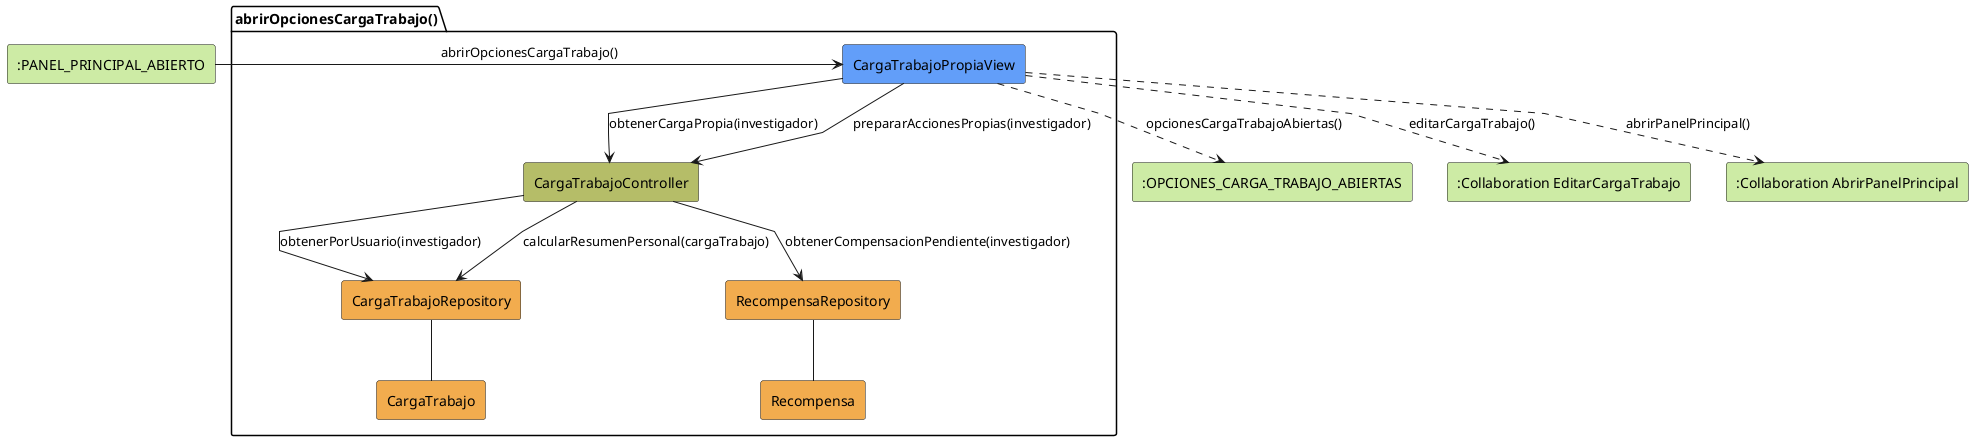
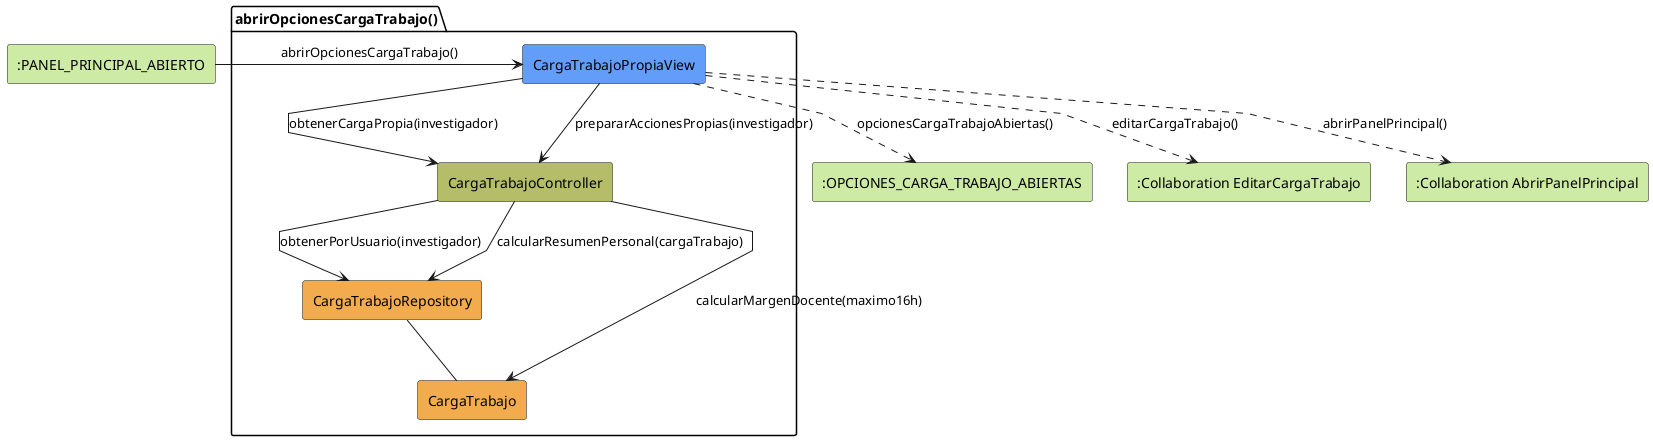
@startuml abrirOpcionesCargaTrabajo-analisis
skinparam linetype polyline

rectangle #CDEBA5 ":PANEL_PRINCIPAL_ABIERTO" as EstadoEntrada
package abrirOpcionesCargaTrabajo as "abrirOpcionesCargaTrabajo()" {
    rectangle #629EF9 CargaTrabajoPropiaView
    rectangle #b5bd68 CargaTrabajoController
    rectangle #F2AC4E CargaTrabajoRepository
-     rectangle #F2AC4E RecompensaRepository
    rectangle #F2AC4E CargaTrabajo
-     rectangle #F2AC4E Recompensa
}

rectangle #CDEBA5 ":OPCIONES_CARGA_TRABAJO_ABIERTAS" as EstadoSalida
rectangle #CDEBA5 ":Collaboration EditarCargaTrabajo" as EditarCargaTrabajo
rectangle #CDEBA5 ":Collaboration AbrirPanelPrincipal" as AbrirPanelPrincipal

EstadoEntrada -r-> CargaTrabajoPropiaView: abrirOpcionesCargaTrabajo()

CargaTrabajoPropiaView -d-> CargaTrabajoController: obtenerCargaPropia(investigador)
CargaTrabajoPropiaView --> CargaTrabajoController: prepararAccionesPropias(investigador)
CargaTrabajoController --> CargaTrabajoRepository: obtenerPorUsuario(investigador)
CargaTrabajoController --> CargaTrabajoRepository: calcularResumenPersonal(cargaTrabajo)
- CargaTrabajoController --> RecompensaRepository: obtenerCompensacionPendiente(investigador)
+ CargaTrabajoController --> CargaTrabajo: calcularMargenDocente(maximo16h)
CargaTrabajoRepository -- CargaTrabajo
- RecompensaRepository -- Recompensa
CargaTrabajoPropiaView ..> EstadoSalida: opcionesCargaTrabajoAbiertas()
CargaTrabajoPropiaView ..> EditarCargaTrabajo: editarCargaTrabajo()
CargaTrabajoPropiaView ..> AbrirPanelPrincipal: abrirPanelPrincipal()

@enduml
